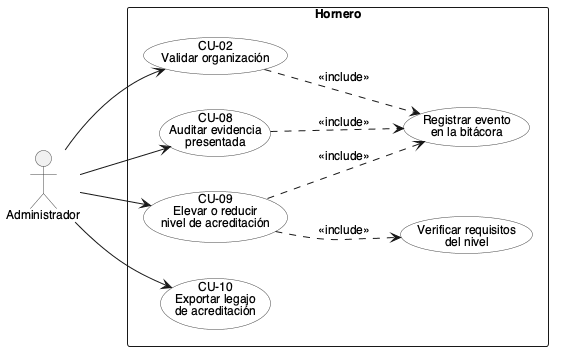
The PlantUML diagram docs/tesis/diagramas/casos-uso/administrador.png in S21-Projects/hornero_monorepo, before a commit. The source it was exported from:
```plantuml
@startuml
!include _estilo.iuml

actor "Administrador" as Admin

rectangle "Hornero" {
  usecase "CU-02\nValidar organización" as CU02
  usecase "CU-08\nAuditar evidencia\npresentada" as CU08
  usecase "CU-09\nElevar o reducir\nnivel de acreditación" as CU09
  usecase "CU-10\nExportar legajo\nde acreditación" as CU10
  usecase "Registrar evento\nen la bitácora" as Bitacora
  usecase "Verificar requisitos\ndel nivel" as VerificarReq
}

Admin --> CU02
Admin --> CU08
Admin --> CU09
Admin --> CU10

CU02 ..> Bitacora : <<include>>
CU08 ..> Bitacora : <<include>>
CU09 ..> Bitacora : <<include>>
CU09 ..> VerificarReq : <<include>>

@enduml
```
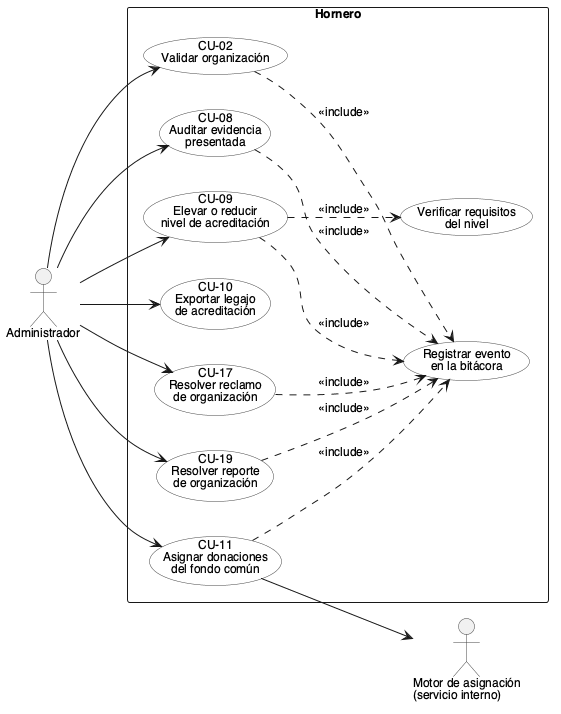
The same file after the commit.

The edit, as a diff of the source:
```diff
@@ -8,18 +8,31 @@
   usecase "CU-08\nAuditar evidencia\npresentada" as CU08
   usecase "CU-09\nElevar o reducir\nnivel de acreditación" as CU09
   usecase "CU-10\nExportar legajo\nde acreditación" as CU10
+  usecase "CU-11\nAsignar donaciones\ndel fondo común" as CU11
+  usecase "CU-17\nResolver reclamo\nde organización" as CU17
+  usecase "CU-19\nResolver reporte\nde organización" as CU19
   usecase "Registrar evento\nen la bitácora" as Bitacora
   usecase "Verificar requisitos\ndel nivel" as VerificarReq
 }
+
+actor "Motor de asignación\n(servicio interno)" as Motor
 
 Admin --> CU02
 Admin --> CU08
 Admin --> CU09
 Admin --> CU10
+Admin --> CU11
+Admin --> CU17
+Admin --> CU19
+
+CU11 --> Motor
 
 CU02 ..> Bitacora : <<include>>
 CU08 ..> Bitacora : <<include>>
 CU09 ..> Bitacora : <<include>>
 CU09 ..> VerificarReq : <<include>>
+CU11 ..> Bitacora : <<include>>
+CU17 ..> Bitacora : <<include>>
+CU19 ..> Bitacora : <<include>>
 
 @enduml
```
